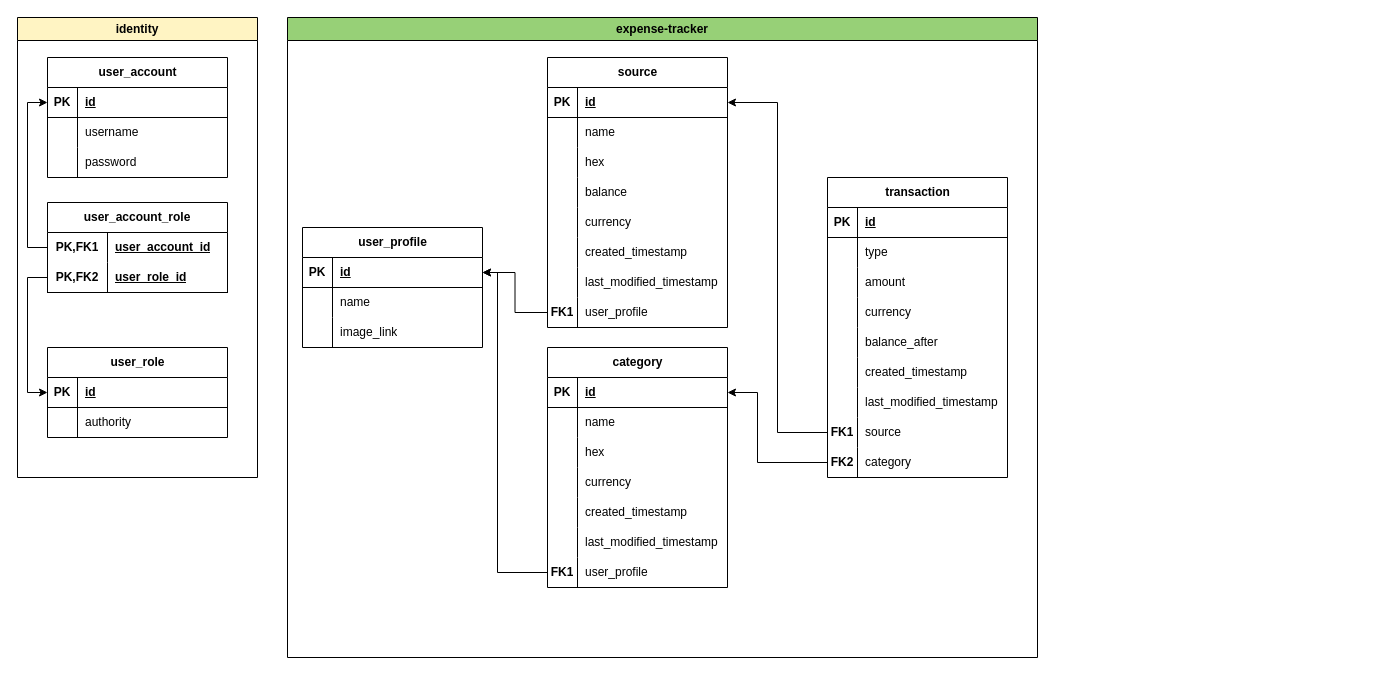
Before: expense_tracker_diagram.drawio in maksimfisenko/expense-tracker-app, a draw.io diagram. Source tidied: cells renumbered, new cells numbered last; positions are measured from the earlier drawing's top-left corner, leaving out a move shared by most shapes. Both pictures are drawn from the tidied source at 100%, with x=0, y=0 at pixel (17, 17).
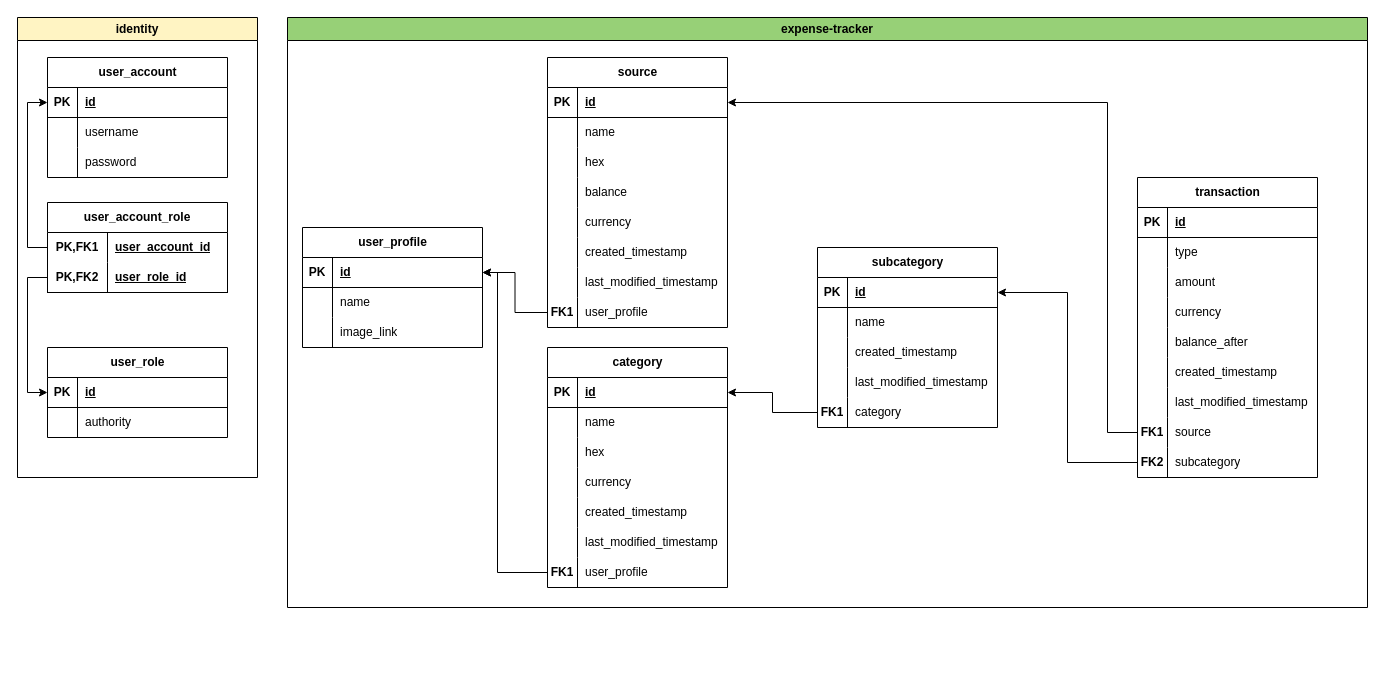
After the change.

Unchanged cells that the change refers to:
```xml
<mxCell id="41" style="shape=tableRow;horizontal=0;startSize=0;swimlaneHead=0;swimlaneBody=0;fillColor=none;points=[[0,0.5],[1,0.5]];portConstraint=eastwest;top=0;left=0;right=0;bottom=1;" parent="40" vertex="1">
  <mxGeometry y="30" width="180" height="30" as="geometry" />
</mxCell>
<mxCell id="66" style="shape=tableRow;horizontal=0;startSize=0;swimlaneHead=0;swimlaneBody=0;fillColor=none;points=[[0,0.5],[1,0.5]];portConstraint=eastwest;top=0;left=0;right=0;bottom=1;" parent="65" vertex="1">
  <mxGeometry y="30" width="180" height="30" as="geometry" />
</mxCell>
<mxCell id="111" style="shape=tableRow;horizontal=0;startSize=0;swimlaneHead=0;swimlaneBody=0;fillColor=none;points=[[0,0.5],[1,0.5]];portConstraint=eastwest;top=0;left=0;right=0;bottom=0;" parent="89" vertex="1">
  <mxGeometry y="240" width="180" height="30" as="geometry" />
</mxCell>
<mxCell id="114" style="shape=tableRow;horizontal=0;startSize=0;swimlaneHead=0;swimlaneBody=0;fillColor=none;points=[[0,0.5],[1,0.5]];portConstraint=eastwest;top=0;left=0;right=0;bottom=0;" parent="89" vertex="1">
  <mxGeometry y="270" width="180" height="30" as="geometry" />
</mxCell>
```

Change to the diagram source:
```diff
@@
     <mxCell id="29" value="expense-tracker" style="swimlane;whiteSpace=wrap;html=1;fillColor=#97D077;" parent="1" vertex="1">
-      <mxGeometry x="270" width="750" height="640" as="geometry" />
+      <mxGeometry x="270" width="1080" height="590" as="geometry" />
     </mxCell>
@@
     <mxCell id="89" value="transaction" style="shape=table;startSize=30;childLayout=tableLayout;rowLines=0;fontStyle=1;align=center;html=1;" parent="29" vertex="1">
-      <mxGeometry x="540" y="160" width="180" height="300" as="geometry" />
+      <mxGeometry x="850" y="160" width="180" height="300" as="geometry" />
     </mxCell>
@@
-    <mxCell id="116" value="category" style="shape=partialRectangle;fillColor=none;top=0;left=0;bottom=0;right=0;align=left;spacingLeft=6;overflow=hidden;whiteSpace=wrap;html=1;" parent="114" vertex="1">
+    <mxCell id="116" value="subcategory" style="shape=partialRectangle;fillColor=none;top=0;left=0;bottom=0;right=0;align=left;spacingLeft=6;overflow=hidden;whiteSpace=wrap;html=1;" parent="114" vertex="1">
       <mxGeometry x="30" width="150" height="30" as="geometry" />
     </mxCell>
     <mxCell id="117" style="edgeStyle=orthogonalEdgeStyle;rounded=0;jettySize=auto;html=1;exitX=0;exitY=0.5;exitDx=0;exitDy=0;entryX=1;entryY=0.5;entryDx=0;entryDy=0;" parent="29" edge="1" source="111" target="41">
-      <mxGeometry relative="1" as="geometry" />
+      <mxGeometry relative="1" as="geometry">
+        <Array as="points">
+          <mxPoint x="820" y="415" />
+          <mxPoint x="820" y="85" />
+        </Array>
+      </mxGeometry>
     </mxCell>
-    <mxCell id="118" style="edgeStyle=orthogonalEdgeStyle;rounded=0;jettySize=auto;html=1;exitX=0;exitY=0.5;exitDx=0;exitDy=0;entryX=1;entryY=0.5;entryDx=0;entryDy=0;" parent="29" edge="1" source="114" target="66">
-      <mxGeometry relative="1" as="geometry">
-        <Array as="points">
-          <mxPoint x="470" y="445" />
-          <mxPoint x="470" y="375" />
-        </Array>
-      </mxGeometry>
-    </mxCell>
+    <mxCell id="119" value="subcategory" style="shape=table;startSize=30;childLayout=tableLayout;rowLines=0;fontStyle=1;align=center;html=1;" parent="29" vertex="1">
+      <mxGeometry x="530" y="230" width="180" height="180" as="geometry" />
+    </mxCell>
+    <mxCell id="120" style="shape=tableRow;horizontal=0;startSize=0;swimlaneHead=0;swimlaneBody=0;fillColor=none;points=[[0,0.5],[1,0.5]];portConstraint=eastwest;top=0;left=0;right=0;bottom=1;" parent="119" vertex="1">
+      <mxGeometry y="30" width="180" height="30" as="geometry" />
+    </mxCell>
+    <mxCell id="121" value="PK" style="shape=partialRectangle;fillColor=none;top=0;left=0;bottom=0;right=0;fontStyle=1;overflow=hidden;whiteSpace=wrap;html=1;" parent="120" vertex="1">
+      <mxGeometry width="30" height="30" as="geometry" />
+    </mxCell>
+    <mxCell id="122" value="id" style="shape=partialRectangle;fillColor=none;top=0;left=0;bottom=0;right=0;align=left;spacingLeft=6;fontStyle=5;overflow=hidden;whiteSpace=wrap;html=1;" parent="120" vertex="1">
+      <mxGeometry x="30" width="150" height="30" as="geometry" />
+    </mxCell>
+    <mxCell id="123" style="shape=tableRow;horizontal=0;startSize=0;swimlaneHead=0;swimlaneBody=0;fillColor=none;top=0;left=0;right=0;bottom=0;" parent="119" vertex="1">
+      <mxGeometry y="60" width="180" height="30" as="geometry" />
+    </mxCell>
+    <mxCell id="124" style="shape=partialRectangle;fillColor=none;top=0;left=0;bottom=0;right=0;overflow=hidden;whiteSpace=wrap;html=1;" parent="123" vertex="1">
+      <mxGeometry width="30" height="30" as="geometry" />
+    </mxCell>
+    <mxCell id="125" value="name" style="shape=partialRectangle;fillColor=none;top=0;left=0;bottom=0;right=0;align=left;spacingLeft=6;overflow=hidden;whiteSpace=wrap;html=1;" parent="123" vertex="1">
+      <mxGeometry x="30" width="150" height="30" as="geometry" />
+    </mxCell>
+    <mxCell id="126" style="shape=tableRow;horizontal=0;startSize=0;swimlaneHead=0;swimlaneBody=0;fillColor=none;top=0;left=0;right=0;bottom=0;" parent="119" vertex="1">
+      <mxGeometry y="90" width="180" height="30" as="geometry" />
+    </mxCell>
+    <mxCell id="127" style="shape=partialRectangle;fillColor=none;top=0;left=0;bottom=0;right=0;overflow=hidden;whiteSpace=wrap;html=1;" parent="126" vertex="1">
+      <mxGeometry width="30" height="30" as="geometry" />
+    </mxCell>
+    <mxCell id="128" value="created_timestamp" style="shape=partialRectangle;fillColor=none;top=0;left=0;bottom=0;right=0;align=left;spacingLeft=6;overflow=hidden;whiteSpace=wrap;html=1;" parent="126" vertex="1">
+      <mxGeometry x="30" width="150" height="30" as="geometry" />
+    </mxCell>
+    <mxCell id="129" style="shape=tableRow;horizontal=0;startSize=0;swimlaneHead=0;swimlaneBody=0;fillColor=none;top=0;left=0;right=0;bottom=0;" parent="119" vertex="1">
+      <mxGeometry y="120" width="180" height="30" as="geometry" />
+    </mxCell>
+    <mxCell id="130" style="shape=partialRectangle;fillColor=none;top=0;left=0;bottom=0;right=0;overflow=hidden;whiteSpace=wrap;html=1;" parent="129" vertex="1">
+      <mxGeometry width="30" height="30" as="geometry" />
+    </mxCell>
+    <mxCell id="131" value="last_modified_timestamp" style="shape=partialRectangle;fillColor=none;top=0;left=0;bottom=0;right=0;align=left;spacingLeft=6;overflow=hidden;whiteSpace=wrap;html=1;" parent="129" vertex="1">
+      <mxGeometry x="30" width="150" height="30" as="geometry" />
+    </mxCell>
+    <mxCell id="132" style="shape=tableRow;horizontal=0;startSize=0;swimlaneHead=0;swimlaneBody=0;fillColor=none;points=[[0,0.5],[1,0.5]];portConstraint=eastwest;top=0;left=0;right=0;bottom=0;" parent="119" vertex="1">
+      <mxGeometry y="150" width="180" height="30" as="geometry" />
+    </mxCell>
+    <mxCell id="133" value="&lt;b&gt;FK1&lt;/b&gt;" style="shape=partialRectangle;fillColor=none;top=0;left=0;bottom=0;right=0;overflow=hidden;whiteSpace=wrap;html=1;" parent="132" vertex="1">
+      <mxGeometry width="30" height="30" as="geometry" />
+    </mxCell>
+    <mxCell id="134" value="category" style="shape=partialRectangle;fillColor=none;top=0;left=0;bottom=0;right=0;align=left;spacingLeft=6;overflow=hidden;whiteSpace=wrap;html=1;" parent="132" vertex="1">
+      <mxGeometry x="30" width="150" height="30" as="geometry" />
+    </mxCell>
+    <mxCell id="135" style="edgeStyle=orthogonalEdgeStyle;rounded=0;jettySize=auto;html=1;exitX=0;exitY=0.5;exitDx=0;exitDy=0;entryX=1;entryY=0.5;entryDx=0;entryDy=0;" parent="29" edge="1" source="114" target="120">
+      <mxGeometry relative="1" as="geometry" />
+    </mxCell>
+    <mxCell id="136" style="edgeStyle=orthogonalEdgeStyle;rounded=0;jettySize=auto;html=1;exitX=0;exitY=0.5;exitDx=0;exitDy=0;entryX=1;entryY=0.5;entryDx=0;entryDy=0;" parent="29" edge="1" source="132" target="66">
+      <mxGeometry relative="1" as="geometry" />
+    </mxCell>
```
